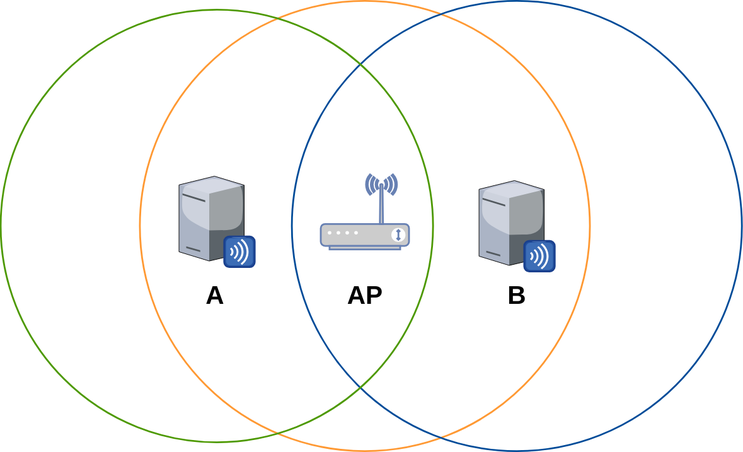
Before: pictures/计算机网络-AP隐蔽站问题.drawio.svg, a diagram exported from draw.io (creatern/NoteBook). Source tidied: cells renumbered, new cells last; positions are measured from the earlier drawing's top-left corner, leaving out a move shared by most shapes. Source of this version:
```xml
<mxGraphModel>
  <root>
    <mxCell id="0" />
    <mxCell id="1" parent="0" />
    <mxCell id="2" style="ellipse;whiteSpace=wrap;html=1;rounded=0;strokeColor=#FF9933;strokeWidth=2;fontFamily=Helvetica;fontSize=12;fontColor=default;fillColor=none;" parent="1" vertex="1">
      <mxGeometry x="158" y="-0.5" width="510" height="510" as="geometry" />
    </mxCell>
    <mxCell id="3" style="ellipse;whiteSpace=wrap;html=1;rounded=0;strokeColor=#004C99;strokeWidth=2;fontFamily=Helvetica;fontSize=12;fontColor=default;fillColor=none;" parent="1" vertex="1">
      <mxGeometry x="330.2" y="-0.5" width="510" height="510" as="geometry" />
    </mxCell>
    <mxCell id="4" style="ellipse;whiteSpace=wrap;html=1;rounded=0;strokeColor=#4D9900;strokeWidth=2;fontFamily=Helvetica;fontSize=12;fontColor=#333333;fillColor=none;" parent="1" vertex="1">
      <mxGeometry x="0.2" y="9.5" width="490" height="490" as="geometry" />
    </mxCell>
    <mxCell id="5" style="fontColor=#0066CC;verticalAlign=top;verticalLabelPosition=bottom;labelPosition=center;align=center;html=1;fillColor=#CCCCCC;strokeColor=#6881B3;gradientColor=none;gradientDirection=north;strokeWidth=2;shape=mxgraph.networks.wireless_modem;rounded=0;fontFamily=Helvetica;fontSize=12;" parent="1" vertex="1">
      <mxGeometry x="363" y="196" width="100" height="85" as="geometry" />
    </mxCell>
    <mxCell id="6" value="&lt;b style=&quot;font-size: 29px;&quot;&gt;A&lt;/b&gt;" style="text;html=1;align=center;verticalAlign=middle;strokeColor=none;fillColor=none;fontSize=29;fontFamily=Helvetica;fontColor=default;" parent="1" vertex="1">
      <mxGeometry x="223" y="308" width="40" height="50" as="geometry" />
    </mxCell>
    <mxCell id="7" value="&lt;b style=&quot;font-size: 29px;&quot;&gt;B&lt;/b&gt;" style="text;html=1;align=center;verticalAlign=middle;strokeColor=none;fillColor=none;fontSize=29;fontFamily=Helvetica;fontColor=default;" parent="1" vertex="1">
      <mxGeometry x="565.2" y="308" width="40" height="50" as="geometry" />
    </mxCell>
    <mxCell id="8" value="&lt;b style=&quot;font-size: 29px;&quot;&gt;AP&lt;/b&gt;" style="text;html=1;align=center;verticalAlign=middle;strokeColor=none;fillColor=none;fontSize=29;fontFamily=Helvetica;fontColor=default;" parent="1" vertex="1">
      <mxGeometry x="383" y="308" width="60" height="50" as="geometry" />
    </mxCell>
    <mxCell id="9" style="verticalLabelPosition=bottom;sketch=0;html=1;verticalAlign=top;strokeColor=none;align=center;shape=mxgraph.citrix.merchandising_server;rounded=0;strokeWidth=2;fontFamily=Helvetica;fontSize=12;fontColor=default;fillColor=default;" parent="1" vertex="1">
      <mxGeometry x="202.3" y="198.1" width="85.8" height="103" as="geometry" />
    </mxCell>
    <mxCell id="10" style="verticalLabelPosition=bottom;sketch=0;html=1;verticalAlign=top;strokeColor=none;align=center;shape=mxgraph.citrix.merchandising_server;rounded=0;strokeWidth=2;fontFamily=Helvetica;fontSize=12;fontColor=default;fillColor=default;" parent="1" vertex="1">
      <mxGeometry x="542.3" y="203" width="85.8" height="103" as="geometry" />
    </mxCell>
  </root>
</mxGraphModel>
```
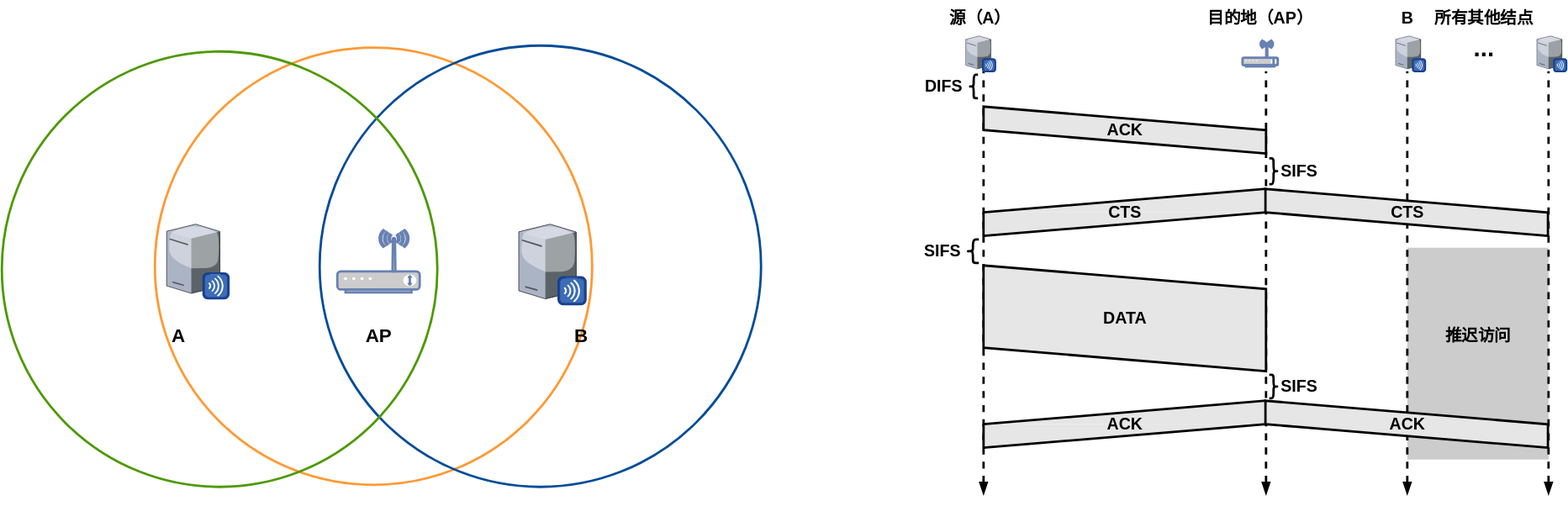
The same diagram one commit later.

Diff of the diagram source:
```diff
@@ -3,31 +3,184 @@
     <mxCell id="0" />
     <mxCell id="1" parent="0" />
     <mxCell id="2" style="ellipse;whiteSpace=wrap;html=1;rounded=0;strokeColor=#FF9933;strokeWidth=2;fontFamily=Helvetica;fontSize=12;fontColor=default;fillColor=none;" parent="1" vertex="1">
-      <mxGeometry x="158" y="-0.5" width="510" height="510" as="geometry" />
+      <mxGeometry x="223" y="88" width="371.5" height="371.5" as="geometry" />
     </mxCell>
     <mxCell id="3" style="ellipse;whiteSpace=wrap;html=1;rounded=0;strokeColor=#004C99;strokeWidth=2;fontFamily=Helvetica;fontSize=12;fontColor=default;fillColor=none;" parent="1" vertex="1">
-      <mxGeometry x="330.2" y="-0.5" width="510" height="510" as="geometry" />
+      <mxGeometry x="363" y="86.2" width="375" height="375" as="geometry" />
     </mxCell>
     <mxCell id="4" style="ellipse;whiteSpace=wrap;html=1;rounded=0;strokeColor=#4D9900;strokeWidth=2;fontFamily=Helvetica;fontSize=12;fontColor=#333333;fillColor=none;" parent="1" vertex="1">
-      <mxGeometry x="0.2" y="9.5" width="490" height="490" as="geometry" />
+      <mxGeometry x="93" y="91.2" width="370" height="370" as="geometry" />
     </mxCell>
     <mxCell id="5" style="fontColor=#0066CC;verticalAlign=top;verticalLabelPosition=bottom;labelPosition=center;align=center;html=1;fillColor=#CCCCCC;strokeColor=#6881B3;gradientColor=none;gradientDirection=north;strokeWidth=2;shape=mxgraph.networks.wireless_modem;rounded=0;fontFamily=Helvetica;fontSize=12;" parent="1" vertex="1">
-      <mxGeometry x="363" y="196" width="100" height="85" as="geometry" />
+      <mxGeometry x="378" y="243" width="70" height="53" as="geometry" />
     </mxCell>
-    <mxCell id="6" value="&lt;b style=&quot;font-size: 29px;&quot;&gt;A&lt;/b&gt;" style="text;html=1;align=center;verticalAlign=middle;strokeColor=none;fillColor=none;fontSize=29;fontFamily=Helvetica;fontColor=default;" parent="1" vertex="1">
-      <mxGeometry x="223" y="308" width="40" height="50" as="geometry" />
+    <mxCell id="6" value="&lt;b style=&quot;font-size: 16px;&quot;&gt;A&lt;/b&gt;" style="text;html=1;align=center;verticalAlign=middle;strokeColor=none;fillColor=none;fontSize=16;fontFamily=Helvetica;fontColor=default;" parent="1" vertex="1">
+      <mxGeometry x="223" y="318" width="40" height="30" as="geometry" />
     </mxCell>
-    <mxCell id="7" value="&lt;b style=&quot;font-size: 29px;&quot;&gt;B&lt;/b&gt;" style="text;html=1;align=center;verticalAlign=middle;strokeColor=none;fillColor=none;fontSize=29;fontFamily=Helvetica;fontColor=default;" parent="1" vertex="1">
-      <mxGeometry x="565.2" y="308" width="40" height="50" as="geometry" />
+    <mxCell id="7" value="&lt;b style=&quot;font-size: 16px;&quot;&gt;B&lt;/b&gt;" style="text;html=1;align=center;verticalAlign=middle;strokeColor=none;fillColor=none;fontSize=16;fontFamily=Helvetica;fontColor=default;" parent="1" vertex="1">
+      <mxGeometry x="565.2" y="318" width="40" height="30" as="geometry" />
     </mxCell>
-    <mxCell id="8" value="&lt;b style=&quot;font-size: 29px;&quot;&gt;AP&lt;/b&gt;" style="text;html=1;align=center;verticalAlign=middle;strokeColor=none;fillColor=none;fontSize=29;fontFamily=Helvetica;fontColor=default;" parent="1" vertex="1">
-      <mxGeometry x="383" y="308" width="60" height="50" as="geometry" />
+    <mxCell id="8" value="&lt;b style=&quot;font-size: 16px;&quot;&gt;AP&lt;/b&gt;" style="text;html=1;align=center;verticalAlign=middle;strokeColor=none;fillColor=none;fontSize=16;fontFamily=Helvetica;fontColor=default;" parent="1" vertex="1">
+      <mxGeometry x="388" y="318" width="50" height="30" as="geometry" />
     </mxCell>
     <mxCell id="9" style="verticalLabelPosition=bottom;sketch=0;html=1;verticalAlign=top;strokeColor=none;align=center;shape=mxgraph.citrix.merchandising_server;rounded=0;strokeWidth=2;fontFamily=Helvetica;fontSize=12;fontColor=default;fillColor=default;" parent="1" vertex="1">
-      <mxGeometry x="202.3" y="198.1" width="85.8" height="103" as="geometry" />
+      <mxGeometry x="233" y="238" width="52.5" height="63" as="geometry" />
     </mxCell>
     <mxCell id="10" style="verticalLabelPosition=bottom;sketch=0;html=1;verticalAlign=top;strokeColor=none;align=center;shape=mxgraph.citrix.merchandising_server;rounded=0;strokeWidth=2;fontFamily=Helvetica;fontSize=12;fontColor=default;fillColor=default;" parent="1" vertex="1">
-      <mxGeometry x="542.3" y="203" width="85.8" height="103" as="geometry" />
+      <mxGeometry x="532.2" y="238" width="56.7" height="68" as="geometry" />
     </mxCell>
+    <mxCell id="11" style="rounded=0;whiteSpace=wrap;html=1;strokeColor=none;strokeWidth=2;fontFamily=Helvetica;fontSize=12;fontColor=default;fillColor=#CCCCCC;" parent="1" vertex="1">
+      <mxGeometry x="1287" y="258" width="120" height="180" as="geometry" />
+    </mxCell>
+    <mxCell id="12" value="源（A）" style="text;html=1;align=center;verticalAlign=middle;strokeColor=none;fillColor=none;fontSize=14;fontFamily=Helvetica;fontColor=default;fontStyle=1;" parent="1" vertex="1">
+      <mxGeometry x="884.3" y="48" width="80" height="30" as="geometry" />
+    </mxCell>
+    <mxCell id="13" value="目的地（AP）" style="text;html=1;align=center;verticalAlign=middle;strokeColor=none;fillColor=none;fontSize=14;fontFamily=Helvetica;fontColor=default;fontStyle=1;" parent="1" vertex="1">
+      <mxGeometry x="1107" y="48" width="110" height="30" as="geometry" />
+    </mxCell>
+    <mxCell id="14" value="所有其他结点" style="text;html=1;align=center;verticalAlign=middle;strokeColor=none;fillColor=none;fontSize=14;fontFamily=Helvetica;fontColor=default;fontStyle=1;" parent="1" vertex="1">
+      <mxGeometry x="1297" y="48" width="110" height="30" as="geometry" />
+    </mxCell>
+    <mxCell id="15" style="endArrow=none;dashed=1;html=1;rounded=0;labelBackgroundColor=default;strokeColor=default;strokeWidth=2;fontFamily=Helvetica;fontSize=12;fontColor=default;shape=connector;startArrow=blockThin;startFill=1;" parent="1" edge="1">
+      <mxGeometry relative="1" as="geometry">
+        <mxPoint x="927" y="468" as="sourcePoint" />
+        <mxPoint x="927" y="108" as="targetPoint" />
+      </mxGeometry>
+    </mxCell>
+    <mxCell id="16" style="fontColor=#0066CC;verticalAlign=top;verticalLabelPosition=bottom;labelPosition=center;align=center;html=1;fillColor=#CCCCCC;strokeColor=#6881B3;gradientColor=none;gradientDirection=north;strokeWidth=2;shape=mxgraph.networks.wireless_modem;rounded=0;fontFamily=Helvetica;fontSize=12;" parent="1" vertex="1">
+      <mxGeometry x="1147" y="82" width="30" height="22" as="geometry" />
+    </mxCell>
+    <mxCell id="17" style="endArrow=none;dashed=1;html=1;rounded=0;labelBackgroundColor=default;strokeColor=default;strokeWidth=2;fontFamily=Helvetica;fontSize=12;fontColor=default;shape=connector;startArrow=blockThin;startFill=1;" parent="1" edge="1">
+      <mxGeometry relative="1" as="geometry">
+        <mxPoint x="1167" y="468" as="sourcePoint" />
+        <mxPoint x="1167" y="108" as="targetPoint" />
+      </mxGeometry>
+    </mxCell>
+    <mxCell id="18" style="verticalLabelPosition=bottom;sketch=0;html=1;verticalAlign=top;strokeColor=none;align=center;shape=mxgraph.citrix.merchandising_server;rounded=0;strokeWidth=2;fontFamily=Helvetica;fontSize=12;fontColor=default;fillColor=default;" parent="1" vertex="1">
+      <mxGeometry x="911.8" y="78" width="25" height="30" as="geometry" />
+    </mxCell>
+    <mxCell id="19" style="verticalLabelPosition=bottom;sketch=0;html=1;verticalAlign=top;strokeColor=none;align=center;shape=mxgraph.citrix.merchandising_server;rounded=0;strokeWidth=2;fontFamily=Helvetica;fontSize=12;fontColor=default;fillColor=default;" parent="1" vertex="1">
+      <mxGeometry x="1277" y="78" width="25" height="30" as="geometry" />
+    </mxCell>
+    <mxCell id="20" style="verticalLabelPosition=bottom;sketch=0;html=1;verticalAlign=top;strokeColor=none;align=center;shape=mxgraph.citrix.merchandising_server;rounded=0;strokeWidth=2;fontFamily=Helvetica;fontSize=12;fontColor=default;fillColor=default;" parent="1" vertex="1">
+      <mxGeometry x="1397" y="78" width="25" height="30" as="geometry" />
+    </mxCell>
+    <mxCell id="21" style="endArrow=none;dashed=1;html=1;rounded=0;labelBackgroundColor=default;strokeColor=default;strokeWidth=2;fontFamily=Helvetica;fontSize=12;fontColor=default;shape=connector;startArrow=blockThin;startFill=1;" parent="1" edge="1">
+      <mxGeometry relative="1" as="geometry">
+        <mxPoint x="1287" y="468" as="sourcePoint" />
+        <mxPoint x="1287" y="108" as="targetPoint" />
+      </mxGeometry>
+    </mxCell>
+    <mxCell id="22" style="endArrow=none;dashed=1;html=1;rounded=0;labelBackgroundColor=default;strokeColor=default;strokeWidth=2;fontFamily=Helvetica;fontSize=12;fontColor=default;shape=connector;startArrow=blockThin;startFill=1;" parent="1" edge="1">
+      <mxGeometry relative="1" as="geometry">
+        <mxPoint x="1407" y="468" as="sourcePoint" />
+        <mxPoint x="1407" y="108" as="targetPoint" />
+      </mxGeometry>
+    </mxCell>
+    <mxCell id="23" value="..." style="text;html=1;align=center;verticalAlign=middle;strokeColor=none;fillColor=none;fontSize=21;fontFamily=Helvetica;fontColor=default;fontStyle=1;" parent="1" vertex="1">
+      <mxGeometry x="1332" y="68" width="40" height="40" as="geometry" />
+    </mxCell>
+    <mxCell id="24" style="group;" parent="1" vertex="1">
+      <mxGeometry x="927" y="208" width="240" height="40" as="geometry" />
+    </mxCell>
+    <mxCell id="25" style="shape=manualInput;whiteSpace=wrap;html=1;fontFamily=Helvetica;fontSize=11;fontColor=default;size=40;strokeColor=none;fillColor=#E6E6E6;" parent="24" vertex="1">
+      <mxGeometry width="240" height="20" as="geometry" />
+    </mxCell>
+    <mxCell id="26" style="shape=manualInput;whiteSpace=wrap;html=1;fontFamily=Helvetica;fontSize=11;fontColor=default;size=80;strokeColor=none;fillColor=#E6E6E6;rotation=-180;" parent="24" vertex="1">
+      <mxGeometry y="20" width="240" height="20" as="geometry" />
+    </mxCell>
+    <mxCell id="27" style="endArrow=none;html=1;rounded=0;labelBackgroundColor=default;strokeColor=default;strokeWidth=2;fontFamily=Helvetica;fontSize=11;fontColor=default;shape=connector;exitX=1;exitY=0;exitDx=0;exitDy=0;entryX=1;entryY=1;entryDx=0;entryDy=0;" parent="24" edge="1" source="25" target="26">
+      <mxGeometry relative="1" as="geometry" />
+    </mxCell>
+    <mxCell id="28" style="endArrow=none;html=1;rounded=0;labelBackgroundColor=default;strokeColor=default;strokeWidth=2;fontFamily=Helvetica;fontSize=11;fontColor=default;shape=connector;entryX=1;entryY=0;entryDx=0;entryDy=0;exitX=0;exitY=1;exitDx=0;exitDy=0;" parent="24" edge="1" source="26" target="26">
+      <mxGeometry relative="1" as="geometry" />
+    </mxCell>
+    <mxCell id="29" style="endArrow=none;html=1;rounded=0;labelBackgroundColor=default;strokeColor=default;strokeWidth=2;fontFamily=Helvetica;fontSize=11;fontColor=default;shape=connector;entryX=1;entryY=1;entryDx=0;entryDy=0;exitX=1;exitY=0;exitDx=0;exitDy=0;" parent="24" edge="1" source="25" target="25">
+      <mxGeometry relative="1" as="geometry" />
+    </mxCell>
+    <mxCell id="30" style="endArrow=none;html=1;rounded=0;labelBackgroundColor=default;strokeColor=default;strokeWidth=2;fontFamily=Helvetica;fontSize=11;fontColor=default;shape=connector;entryX=1;entryY=0;entryDx=0;entryDy=0;exitX=0;exitY=1;exitDx=0;exitDy=0;" parent="24" edge="1" source="25" target="26">
+      <mxGeometry relative="1" as="geometry" />
+    </mxCell>
+    <mxCell id="31" value="CTS" style="text;html=1;align=center;verticalAlign=middle;strokeColor=none;fillColor=none;fontSize=14;fontFamily=Helvetica;fontColor=default;fontStyle=1;" parent="24" vertex="1">
+      <mxGeometry x="95" y="5" width="50" height="30" as="geometry" />
+    </mxCell>
+    <mxCell id="32" style="shape=parallelogram;perimeter=parallelogramPerimeter;whiteSpace=wrap;html=1;fixedSize=1;rotation=-90;strokeWidth=2;fillColor=#E6E6E6;rounded=0;strokeColor=default;fontFamily=Helvetica;fontSize=12;fontColor=default;" parent="1" vertex="1">
+      <mxGeometry x="1027.1" y="38" width="39.9" height="240" as="geometry" />
+    </mxCell>
+    <mxCell id="33" style="shape=parallelogram;perimeter=parallelogramPerimeter;whiteSpace=wrap;html=1;fixedSize=1;rotation=-90;strokeWidth=2;fillColor=#E6E6E6;rounded=0;strokeColor=default;fontFamily=Helvetica;fontSize=12;fontColor=default;" parent="1" vertex="1">
+      <mxGeometry x="1266.6" y="108" width="39.9" height="240" as="geometry" />
+    </mxCell>
+    <mxCell id="34" style="shape=parallelogram;perimeter=parallelogramPerimeter;whiteSpace=wrap;html=1;fixedSize=1;rotation=-90;strokeWidth=2;fillColor=#E6E6E6;rounded=0;strokeColor=default;fontFamily=Helvetica;fontSize=12;fontColor=default;" parent="1" vertex="1">
+      <mxGeometry x="1002" y="198" width="89.9" height="240" as="geometry" />
+    </mxCell>
+    <mxCell id="35" style="group;" parent="1" vertex="1">
+      <mxGeometry x="927" y="388" width="240" height="40" as="geometry" />
+    </mxCell>
+    <mxCell id="36" style="shape=manualInput;whiteSpace=wrap;html=1;fontFamily=Helvetica;fontSize=11;fontColor=default;size=40;strokeColor=none;fillColor=#E6E6E6;" parent="35" vertex="1">
+      <mxGeometry width="240" height="20" as="geometry" />
+    </mxCell>
+    <mxCell id="37" style="shape=manualInput;whiteSpace=wrap;html=1;fontFamily=Helvetica;fontSize=11;fontColor=default;size=80;strokeColor=none;fillColor=#E6E6E6;rotation=-180;" parent="35" vertex="1">
+      <mxGeometry y="20" width="240" height="20" as="geometry" />
+    </mxCell>
+    <mxCell id="38" style="endArrow=none;html=1;rounded=0;labelBackgroundColor=default;strokeColor=default;strokeWidth=2;fontFamily=Helvetica;fontSize=11;fontColor=default;shape=connector;exitX=1;exitY=0;exitDx=0;exitDy=0;entryX=1;entryY=1;entryDx=0;entryDy=0;" parent="35" edge="1" source="36" target="37">
+      <mxGeometry relative="1" as="geometry" />
+    </mxCell>
+    <mxCell id="39" style="endArrow=none;html=1;rounded=0;labelBackgroundColor=default;strokeColor=default;strokeWidth=2;fontFamily=Helvetica;fontSize=11;fontColor=default;shape=connector;entryX=1;entryY=0;entryDx=0;entryDy=0;exitX=0;exitY=1;exitDx=0;exitDy=0;" parent="35" edge="1" source="37" target="37">
+      <mxGeometry relative="1" as="geometry" />
+    </mxCell>
+    <mxCell id="40" style="endArrow=none;html=1;rounded=0;labelBackgroundColor=default;strokeColor=default;strokeWidth=2;fontFamily=Helvetica;fontSize=11;fontColor=default;shape=connector;entryX=1;entryY=1;entryDx=0;entryDy=0;exitX=1;exitY=0;exitDx=0;exitDy=0;" parent="35" edge="1" source="36" target="36">
+      <mxGeometry relative="1" as="geometry" />
+    </mxCell>
+    <mxCell id="41" style="endArrow=none;html=1;rounded=0;labelBackgroundColor=default;strokeColor=default;strokeWidth=2;fontFamily=Helvetica;fontSize=11;fontColor=default;shape=connector;entryX=1;entryY=0;entryDx=0;entryDy=0;exitX=0;exitY=1;exitDx=0;exitDy=0;" parent="35" edge="1" source="36" target="37">
+      <mxGeometry relative="1" as="geometry" />
+    </mxCell>
+    <mxCell id="42" value="ACK" style="text;html=1;align=center;verticalAlign=middle;strokeColor=none;fillColor=none;fontSize=14;fontFamily=Helvetica;fontColor=default;fontStyle=1;" parent="35" vertex="1">
+      <mxGeometry x="95" y="5" width="50" height="30" as="geometry" />
+    </mxCell>
+    <mxCell id="43" style="shape=parallelogram;perimeter=parallelogramPerimeter;whiteSpace=wrap;html=1;fixedSize=1;rotation=-90;strokeWidth=2;fillColor=#E6E6E6;rounded=0;strokeColor=default;fontFamily=Helvetica;fontSize=12;fontColor=default;" parent="1" vertex="1">
+      <mxGeometry x="1266.6" y="288" width="39.9" height="240" as="geometry" />
+    </mxCell>
+    <mxCell id="44" value="推迟访问" style="text;html=1;align=center;verticalAlign=middle;strokeColor=none;fillColor=none;fontSize=14;fontFamily=Helvetica;fontColor=default;fontStyle=1;" parent="1" vertex="1">
+      <mxGeometry x="1307" y="318" width="80" height="30" as="geometry" />
+    </mxCell>
+    <mxCell id="45" style="shape=curlyBracket;whiteSpace=wrap;html=1;rounded=1;labelPosition=left;verticalLabelPosition=middle;align=right;verticalAlign=middle;strokeColor=default;strokeWidth=2;fontFamily=Helvetica;fontSize=12;fontColor=default;fillColor=default;" parent="1" vertex="1">
+      <mxGeometry x="915" y="111" width="7.2" height="20" as="geometry" />
+    </mxCell>
+    <mxCell id="46" style="shape=curlyBracket;whiteSpace=wrap;html=1;rounded=1;labelPosition=left;verticalLabelPosition=middle;align=right;verticalAlign=middle;strokeColor=default;strokeWidth=2;fontFamily=Helvetica;fontSize=12;fontColor=default;fillColor=default;" parent="1" vertex="1">
+      <mxGeometry x="913" y="251" width="10" height="20" as="geometry" />
+    </mxCell>
+    <mxCell id="47" style="shape=curlyBracket;whiteSpace=wrap;html=1;rounded=1;labelPosition=left;verticalLabelPosition=middle;align=right;verticalAlign=middle;strokeColor=default;strokeWidth=2;fontFamily=Helvetica;fontSize=12;fontColor=default;fillColor=default;rotation=-180;" parent="1" vertex="1">
+      <mxGeometry x="1169.8" y="182" width="7.2" height="22" as="geometry" />
+    </mxCell>
+    <mxCell id="48" style="shape=curlyBracket;whiteSpace=wrap;html=1;rounded=1;labelPosition=left;verticalLabelPosition=middle;align=right;verticalAlign=middle;strokeColor=default;strokeWidth=2;fontFamily=Helvetica;fontSize=12;fontColor=default;fillColor=default;rotation=-180;" parent="1" vertex="1">
+      <mxGeometry x="1169.8" y="366" width="7.2" height="20" as="geometry" />
+    </mxCell>
+    <mxCell id="49" value="DIFS" style="text;html=1;align=center;verticalAlign=middle;strokeColor=none;fillColor=none;fontSize=14;fontFamily=Helvetica;fontColor=default;fontStyle=1;" parent="1" vertex="1">
+      <mxGeometry x="863" y="106" width="60" height="30" as="geometry" />
+    </mxCell>
+    <mxCell id="50" value="SIFS" style="text;html=1;align=center;verticalAlign=middle;strokeColor=none;fillColor=none;fontSize=14;fontFamily=Helvetica;fontColor=default;fontStyle=1;" parent="1" vertex="1">
+      <mxGeometry x="867" y="246" width="50" height="30" as="geometry" />
+    </mxCell>
+    <mxCell id="51" value="SIFS" style="text;html=1;align=center;verticalAlign=middle;strokeColor=none;fillColor=none;fontSize=14;fontFamily=Helvetica;fontColor=default;fontStyle=1;" parent="1" vertex="1">
+      <mxGeometry x="1169.8" y="361" width="50" height="30" as="geometry" />
+    </mxCell>
+    <mxCell id="52" value="SIFS" style="text;html=1;align=center;verticalAlign=middle;strokeColor=none;fillColor=none;fontSize=14;fontFamily=Helvetica;fontColor=default;fontStyle=1;" parent="1" vertex="1">
+      <mxGeometry x="1169.8" y="178" width="50" height="30" as="geometry" />
+    </mxCell>
+    <mxCell id="53" value="ACK" style="text;html=1;align=center;verticalAlign=middle;strokeColor=none;fillColor=none;fontSize=14;fontFamily=Helvetica;fontColor=default;fontStyle=1;" parent="1" vertex="1">
+      <mxGeometry x="1022" y="143" width="50" height="30" as="geometry" />
+    </mxCell>
+    <mxCell id="54" value="ACK" style="text;html=1;align=center;verticalAlign=middle;strokeColor=none;fillColor=none;fontSize=14;fontFamily=Helvetica;fontColor=default;fontStyle=1;" parent="1" vertex="1">
+      <mxGeometry x="1261.5" y="393" width="50" height="30" as="geometry" />
+    </mxCell>
+    <mxCell id="55" value="DATA" style="text;html=1;align=center;verticalAlign=middle;strokeColor=none;fillColor=none;fontSize=14;fontFamily=Helvetica;fontColor=default;fontStyle=1;" parent="1" vertex="1">
+      <mxGeometry x="1017" y="303" width="60" height="30" as="geometry" />
+    </mxCell>
+    <mxCell id="56" value="CTS" style="text;html=1;align=center;verticalAlign=middle;strokeColor=none;fillColor=none;fontSize=14;fontFamily=Helvetica;fontColor=default;fontStyle=1;" parent="1" vertex="1">
+      <mxGeometry x="1261.5" y="213" width="50" height="30" as="geometry" />
+    </mxCell>
+    <mxCell id="57" value="B" style="text;html=1;align=center;verticalAlign=middle;strokeColor=none;fillColor=none;fontSize=14;fontFamily=Helvetica;fontColor=default;fontStyle=1;" parent="1" vertex="1">
+      <mxGeometry x="1271.5" y="48" width="30" height="30" as="geometry" />
+    </mxCell>
   </root>
 </mxGraphModel>
```
